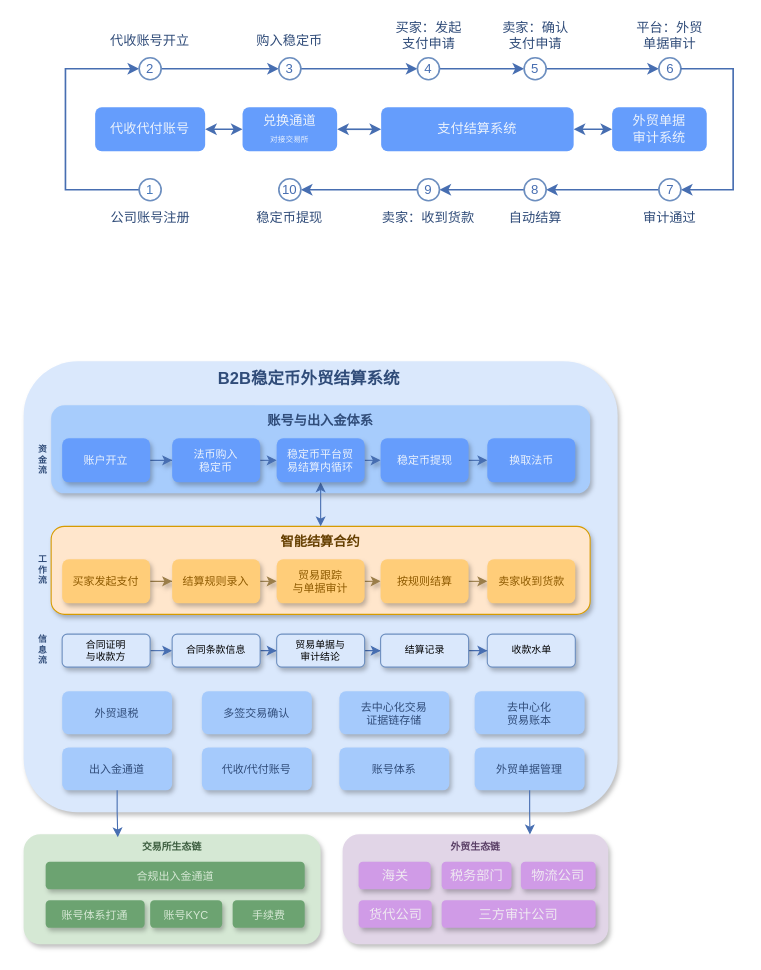
This is 稳定币.drawio from ruopuzi/draw.io, a draw.io file, before an edit. Source tidied: cells renumbered, new cells numbered last; positions are measured from the earlier drawing's top-left corner, leaving out a move shared by most shapes. Both pictures are drawn from the tidied source at 110%, with x=0, y=0 at pixel (23, 19).
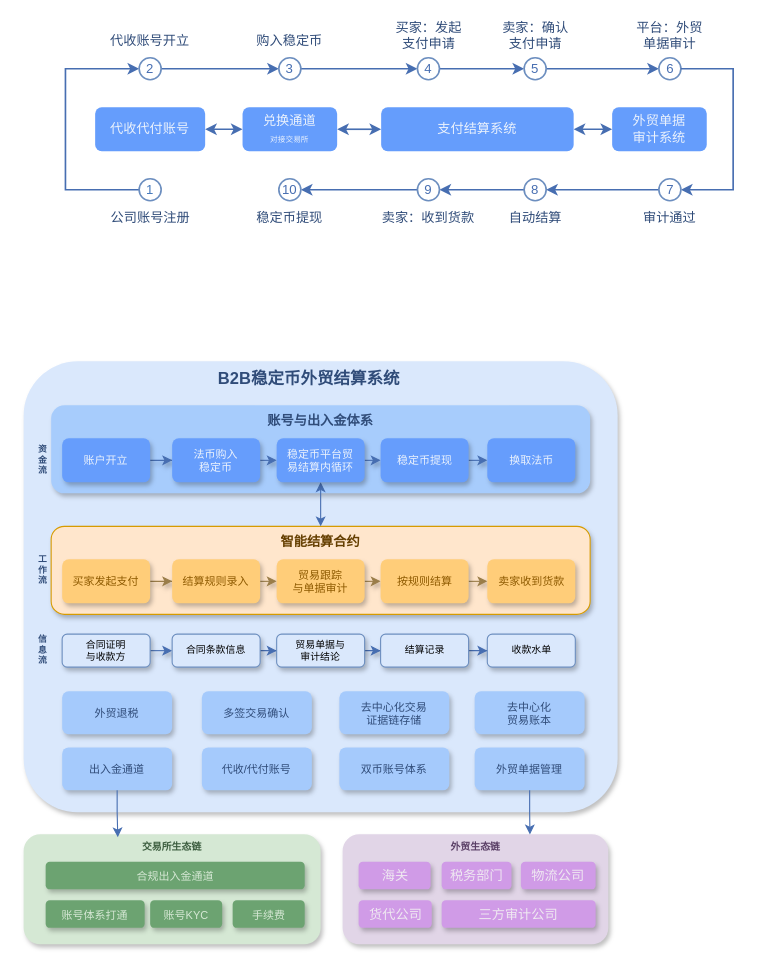
Above is the later version.

Commit message (it also covers changes not shown here):
更新稳定币.drawio

The edit, as a diff of the source:
```diff
@@
-    <mxCell id="39" value="账号体系" style="rounded=1;whiteSpace=wrap;html=1;fontSize=10;fillColor=#A5CAFC;strokeColor=none;fontColor=light-dark(#304c79, #ededed);shadow=1;" parent="1" vertex="1">
+    <mxCell id="39" value="双币账号体系" style="rounded=1;whiteSpace=wrap;html=1;fontSize=10;fillColor=#A5CAFC;strokeColor=none;fontColor=light-dark(#304c79, #ededed);shadow=1;" parent="1" vertex="1">
       <mxGeometry x="287" y="662" width="100" height="39" as="geometry" />
     </mxCell>
```
